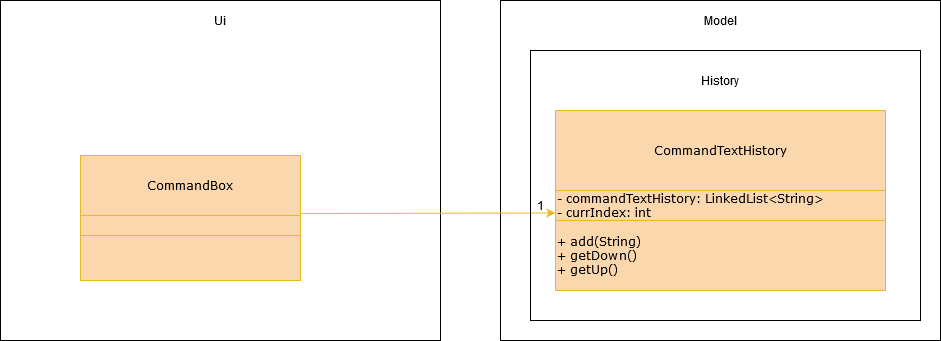
This is docs/images/UpDownClassDiagram.png from nus-cs2103-AY1920S2/addressbook-level3, a draw.io export, as it was before one commit. Source tidied: cells renumbered, new cells last; positions are measured from the earlier drawing's top-left corner, leaving out a move shared by most shapes. The source it was exported from:
```xml
<mxGraphModel background="#ffffff">
  <root>
    <mxCell id="0" />
    <mxCell id="1" parent="0" />
    <mxCell id="2" style="rounded=0;whiteSpace=wrap;html=1;fontFamily=Verdana;" parent="1" vertex="1">
      <mxGeometry width="440" height="340" as="geometry" />
    </mxCell>
    <mxCell id="3" style="rounded=0;whiteSpace=wrap;html=1;fontFamily=Verdana;" parent="1" vertex="1">
      <mxGeometry x="500" width="440" height="340" as="geometry" />
    </mxCell>
    <mxCell id="4" style="rounded=0;whiteSpace=wrap;html=1;fontFamily=Verdana;" parent="1" vertex="1">
      <mxGeometry width="440" height="340" as="geometry" />
    </mxCell>
    <mxCell id="5" style="endArrow=classic;html=1;fontColor=#FFFFFF;exitX=0.932;exitY=-0.057;exitDx=0;exitDy=0;fontFamily=Verdana;entryX=0;entryY=0.75;entryDx=0;entryDy=0;fillColor=#fad7ac;strokeColor=#EDB721;shadow=0;exitPerimeter=0;" parent="1" edge="1" source="11" target="8">
      <mxGeometry relative="1" as="geometry" />
    </mxCell>
    <mxCell id="6" style="group;fillColor=#fff2cc;strokeColor=#d6b656;shadow=0;" parent="1" vertex="1">
      <mxGeometry x="555" y="110" width="330" height="180" as="geometry" />
    </mxCell>
    <mxCell id="7" value="CommandTextHistory" style="text;html=1;strokeColor=#EDB721;fillColor=#fad7ac;align=center;verticalAlign=middle;whiteSpace=wrap;rounded=0;fontFamily=Verdana;shadow=0;" parent="6" vertex="1">
      <mxGeometry width="330" height="80" as="geometry" />
    </mxCell>
    <mxCell id="8" value="&lt;div align=&quot;left&quot;&gt;- commandTextHistory: LinkedList&amp;lt;String&amp;gt;&lt;/div&gt;&lt;div align=&quot;left&quot;&gt;- currIndex: int&lt;br&gt;&lt;/div&gt;" style="text;html=1;strokeColor=#EDB721;fillColor=#fad7ac;align=left;verticalAlign=middle;whiteSpace=wrap;rounded=0;fontFamily=Verdana;shadow=0;" parent="6" vertex="1">
      <mxGeometry y="80" width="330" height="30" as="geometry" />
    </mxCell>
    <mxCell id="9" value="&lt;div align=&quot;left&quot;&gt;+ add(String)&lt;/div&gt;&lt;div align=&quot;left&quot;&gt;+ getDown()&lt;/div&gt;&lt;div align=&quot;left&quot;&gt;+ getUp()&lt;br&gt;&lt;/div&gt;" style="text;html=1;strokeColor=#EDB721;fillColor=#fad7ac;align=left;verticalAlign=middle;whiteSpace=wrap;rounded=0;fontFamily=Verdana;shadow=0;" parent="6" vertex="1">
      <mxGeometry y="110" width="330" height="70" as="geometry" />
    </mxCell>
    <mxCell id="10" value="CommandBox" style="text;html=1;strokeColor=#EDB721;fillColor=#fad7ac;align=center;verticalAlign=middle;whiteSpace=wrap;rounded=0;fontFamily=Verdana;shadow=0;" parent="1" vertex="1">
      <mxGeometry x="80" y="155" width="220" height="60" as="geometry" />
    </mxCell>
    <mxCell id="11" style="text;html=1;strokeColor=#EDB721;fillColor=#fad7ac;align=center;verticalAlign=middle;whiteSpace=wrap;rounded=0;fontFamily=Verdana;shadow=0;" parent="1" vertex="1">
      <mxGeometry x="80" y="215" width="220" height="35" as="geometry" />
    </mxCell>
    <mxCell id="12" style="text;html=1;strokeColor=#EDB721;fillColor=#fad7ac;align=center;verticalAlign=middle;whiteSpace=wrap;rounded=0;fontFamily=Verdana;shadow=0;" parent="1" vertex="1">
      <mxGeometry x="80" y="235" width="220" height="45" as="geometry" />
    </mxCell>
    <mxCell id="13" value="Ui" style="text;html=1;strokeColor=none;fillColor=none;align=center;verticalAlign=middle;whiteSpace=wrap;rounded=0;" parent="1" vertex="1">
      <mxGeometry x="200" y="10" width="40" height="20" as="geometry" />
    </mxCell>
    <mxCell id="14" value="Model" style="text;html=1;strokeColor=none;fillColor=none;align=center;verticalAlign=middle;whiteSpace=wrap;rounded=0;" parent="1" vertex="1">
      <mxGeometry x="700" y="10" width="40" height="20" as="geometry" />
    </mxCell>
    <mxCell id="15" style="rounded=0;whiteSpace=wrap;html=1;strokeColor=#000000;fillColor=none;" parent="1" vertex="1">
      <mxGeometry x="530" y="50" width="390" height="270" as="geometry" />
    </mxCell>
    <mxCell id="16" value="History" style="text;html=1;strokeColor=none;fillColor=none;align=center;verticalAlign=middle;whiteSpace=wrap;rounded=0;" parent="1" vertex="1">
      <mxGeometry x="700" y="70" width="40" height="20" as="geometry" />
    </mxCell>
    <mxCell id="17" value="1" style="text;html=1;strokeColor=none;fillColor=none;align=center;verticalAlign=middle;whiteSpace=wrap;rounded=0;" parent="1" vertex="1">
      <mxGeometry x="520" y="195" width="40" height="20" as="geometry" />
    </mxCell>
  </root>
</mxGraphModel>
```
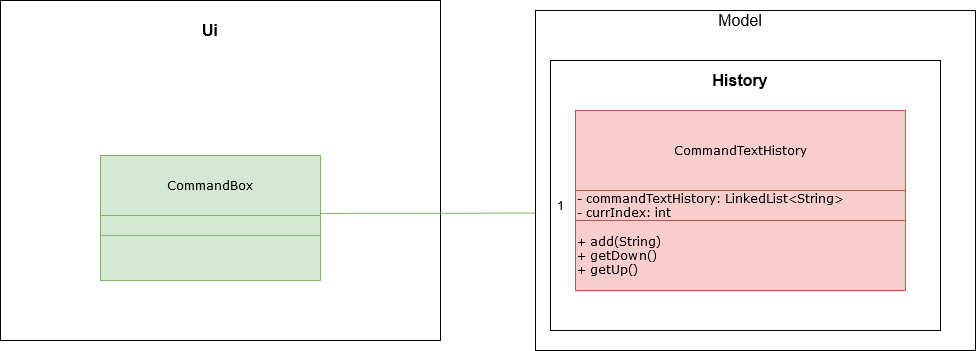
The same file after the commit.

The edit, as a diff of the source:
```diff
@@ -3,51 +3,48 @@
     <mxCell id="0" />
     <mxCell id="1" parent="0" />
     <mxCell id="2" style="rounded=0;whiteSpace=wrap;html=1;fontFamily=Verdana;" parent="1" vertex="1">
-      <mxGeometry width="440" height="340" as="geometry" />
+      <mxGeometry x="-20" width="440" height="340" as="geometry" />
     </mxCell>
-    <mxCell id="3" style="rounded=0;whiteSpace=wrap;html=1;fontFamily=Verdana;" parent="1" vertex="1">
-      <mxGeometry x="500" width="440" height="340" as="geometry" />
-    </mxCell>
-    <mxCell id="4" style="rounded=0;whiteSpace=wrap;html=1;fontFamily=Verdana;" parent="1" vertex="1">
-      <mxGeometry width="440" height="340" as="geometry" />
-    </mxCell>
-    <mxCell id="5" style="endArrow=classic;html=1;fontColor=#FFFFFF;exitX=0.932;exitY=-0.057;exitDx=0;exitDy=0;fontFamily=Verdana;entryX=0;entryY=0.75;entryDx=0;entryDy=0;fillColor=#fad7ac;strokeColor=#EDB721;shadow=0;exitPerimeter=0;" parent="1" edge="1" source="11" target="8">
+    <mxCell id="5" style="endArrow=classic;html=1;fontColor=#FFFFFF;exitX=0.932;exitY=-0.057;exitDx=0;exitDy=0;fontFamily=Verdana;entryX=0;entryY=0.75;entryDx=0;entryDy=0;fillColor=#d5e8d4;strokeColor=#82b366;shadow=0;exitPerimeter=0;" parent="1" edge="1" source="11" target="8">
       <mxGeometry relative="1" as="geometry" />
     </mxCell>
-    <mxCell id="6" style="group;fillColor=#fff2cc;strokeColor=#d6b656;shadow=0;" parent="1" vertex="1">
-      <mxGeometry x="555" y="110" width="330" height="180" as="geometry" />
+    <mxCell id="6" style="group;fillColor=#f8cecc;strokeColor=#b85450;shadow=0;" parent="1" vertex="1">
+      <mxGeometry x="555" y="110" width="400" height="240" as="geometry" />
     </mxCell>
+    <mxCell id="3" style="rounded=0;whiteSpace=wrap;html=1;fontFamily=Verdana;" parent="6" vertex="1">
+      <mxGeometry x="-40" y="-100" width="440" height="340" as="geometry" />
+    </mxCell>
-    <mxCell id="7" value="CommandTextHistory" style="text;html=1;strokeColor=#EDB721;fillColor=#fad7ac;align=center;verticalAlign=middle;whiteSpace=wrap;rounded=0;fontFamily=Verdana;shadow=0;" parent="6" vertex="1">
+    <mxCell id="7" value="CommandTextHistory" style="text;html=1;strokeColor=#b85450;fillColor=#f8cecc;align=center;verticalAlign=middle;whiteSpace=wrap;rounded=0;fontFamily=Verdana;shadow=0;" parent="6" vertex="1">
       <mxGeometry width="330" height="80" as="geometry" />
     </mxCell>
-    <mxCell id="8" value="&lt;div align=&quot;left&quot;&gt;- commandTextHistory: LinkedList&amp;lt;String&amp;gt;&lt;/div&gt;&lt;div align=&quot;left&quot;&gt;- currIndex: int&lt;br&gt;&lt;/div&gt;" style="text;html=1;strokeColor=#EDB721;fillColor=#fad7ac;align=left;verticalAlign=middle;whiteSpace=wrap;rounded=0;fontFamily=Verdana;shadow=0;" parent="6" vertex="1">
+    <mxCell id="8" value="&lt;div align=&quot;left&quot;&gt;- commandTextHistory: LinkedList&amp;lt;String&amp;gt;&lt;/div&gt;&lt;div align=&quot;left&quot;&gt;- currIndex: int&lt;br&gt;&lt;/div&gt;" style="text;html=1;strokeColor=#b85450;fillColor=#f8cecc;align=left;verticalAlign=middle;whiteSpace=wrap;rounded=0;fontFamily=Verdana;shadow=0;" parent="6" vertex="1">
       <mxGeometry y="80" width="330" height="30" as="geometry" />
     </mxCell>
-    <mxCell id="9" value="&lt;div align=&quot;left&quot;&gt;+ add(String)&lt;/div&gt;&lt;div align=&quot;left&quot;&gt;+ getDown()&lt;/div&gt;&lt;div align=&quot;left&quot;&gt;+ getUp()&lt;br&gt;&lt;/div&gt;" style="text;html=1;strokeColor=#EDB721;fillColor=#fad7ac;align=left;verticalAlign=middle;whiteSpace=wrap;rounded=0;fontFamily=Verdana;shadow=0;" parent="6" vertex="1">
+    <mxCell id="9" value="&lt;div align=&quot;left&quot;&gt;+ add(String)&lt;/div&gt;&lt;div align=&quot;left&quot;&gt;+ getDown()&lt;/div&gt;&lt;div align=&quot;left&quot;&gt;+ getUp()&lt;br&gt;&lt;/div&gt;" style="text;html=1;strokeColor=#b85450;fillColor=#f8cecc;align=left;verticalAlign=middle;whiteSpace=wrap;rounded=0;fontFamily=Verdana;shadow=0;" parent="6" vertex="1">
       <mxGeometry y="110" width="330" height="70" as="geometry" />
     </mxCell>
+    <mxCell id="15" style="rounded=0;whiteSpace=wrap;html=1;strokeColor=#000000;fillColor=none;" parent="6" vertex="1">
+      <mxGeometry x="-25" y="-50" width="390" height="270" as="geometry" />
+    </mxCell>
-    <mxCell id="10" value="CommandBox" style="text;html=1;strokeColor=#EDB721;fillColor=#fad7ac;align=center;verticalAlign=middle;whiteSpace=wrap;rounded=0;fontFamily=Verdana;shadow=0;" parent="1" vertex="1">
+    <mxCell id="10" value="CommandBox" style="text;html=1;strokeColor=#82b366;fillColor=#d5e8d4;align=center;verticalAlign=middle;whiteSpace=wrap;rounded=0;fontFamily=Verdana;shadow=0;" parent="1" vertex="1">
       <mxGeometry x="80" y="155" width="220" height="60" as="geometry" />
     </mxCell>
-    <mxCell id="11" style="text;html=1;strokeColor=#EDB721;fillColor=#fad7ac;align=center;verticalAlign=middle;whiteSpace=wrap;rounded=0;fontFamily=Verdana;shadow=0;" parent="1" vertex="1">
+    <mxCell id="11" style="text;html=1;strokeColor=#82b366;fillColor=#d5e8d4;align=center;verticalAlign=middle;whiteSpace=wrap;rounded=0;fontFamily=Verdana;shadow=0;" parent="1" vertex="1">
       <mxGeometry x="80" y="215" width="220" height="35" as="geometry" />
     </mxCell>
-    <mxCell id="12" style="text;html=1;strokeColor=#EDB721;fillColor=#fad7ac;align=center;verticalAlign=middle;whiteSpace=wrap;rounded=0;fontFamily=Verdana;shadow=0;" parent="1" vertex="1">
+    <mxCell id="12" style="text;html=1;strokeColor=#82b366;fillColor=#d5e8d4;align=center;verticalAlign=middle;whiteSpace=wrap;rounded=0;fontFamily=Verdana;shadow=0;" parent="1" vertex="1">
       <mxGeometry x="80" y="235" width="220" height="45" as="geometry" />
     </mxCell>
-    <mxCell id="13" value="Ui" style="text;html=1;strokeColor=none;fillColor=none;align=center;verticalAlign=middle;whiteSpace=wrap;rounded=0;" parent="1" vertex="1">
-      <mxGeometry x="200" y="10" width="40" height="20" as="geometry" />
+    <mxCell id="13" value="&lt;font style=&quot;font-size: 16px&quot;&gt;&lt;b&gt;Ui&lt;/b&gt;&lt;/font&gt;" style="text;html=1;strokeColor=none;fillColor=none;align=center;verticalAlign=middle;whiteSpace=wrap;rounded=0;" parent="1" vertex="1">
+      <mxGeometry x="170" y="20" width="40" height="20" as="geometry" />
     </mxCell>
-    <mxCell id="14" value="Model" style="text;html=1;strokeColor=none;fillColor=none;align=center;verticalAlign=middle;whiteSpace=wrap;rounded=0;" parent="1" vertex="1">
+    <mxCell id="14" value="&lt;font style=&quot;font-size: 16px&quot;&gt;Model&lt;/font&gt;" style="text;html=1;strokeColor=none;fillColor=none;align=center;verticalAlign=middle;whiteSpace=wrap;rounded=0;" parent="1" vertex="1">
       <mxGeometry x="700" y="10" width="40" height="20" as="geometry" />
     </mxCell>
-    <mxCell id="15" style="rounded=0;whiteSpace=wrap;html=1;strokeColor=#000000;fillColor=none;" parent="1" vertex="1">
-      <mxGeometry x="530" y="50" width="390" height="270" as="geometry" />
-    </mxCell>
-    <mxCell id="16" value="History" style="text;html=1;strokeColor=none;fillColor=none;align=center;verticalAlign=middle;whiteSpace=wrap;rounded=0;" parent="1" vertex="1">
+    <mxCell id="16" value="&lt;font style=&quot;font-size: 16px&quot;&gt;&lt;b&gt;History&lt;/b&gt;&lt;/font&gt;" style="text;html=1;strokeColor=none;fillColor=none;align=center;verticalAlign=middle;whiteSpace=wrap;rounded=0;" parent="1" vertex="1">
       <mxGeometry x="700" y="70" width="40" height="20" as="geometry" />
     </mxCell>
-    <mxCell id="17" value="1" style="text;html=1;strokeColor=none;fillColor=none;align=center;verticalAlign=middle;whiteSpace=wrap;rounded=0;" parent="1" vertex="1">
+    <mxCell id="17" value="1" style="text;html=1;align=center;verticalAlign=middle;whiteSpace=wrap;rounded=0;" parent="1" vertex="1">
       <mxGeometry x="520" y="195" width="40" height="20" as="geometry" />
     </mxCell>
   </root>
```
